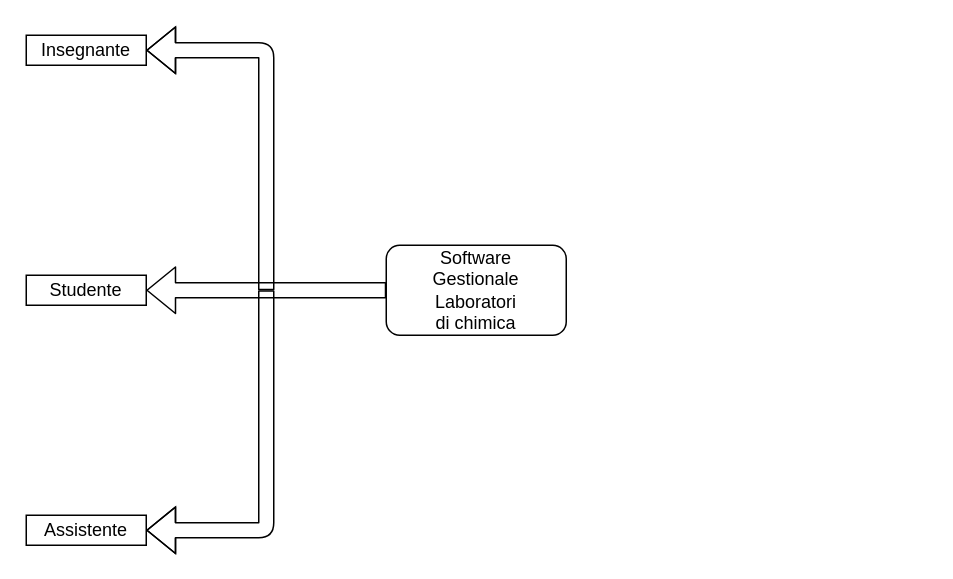
Before: SplitTree.drawio in MilaniFrancesco7/Scuola, a draw.io diagram. Source tidied: cells renumbered, new cells numbered last; positions are measured from the earlier drawing's top-left corner, leaving out a move shared by most shapes. Both pictures are drawn from the tidied source at 150%, with x=0, y=0 at pixel (26, 34).
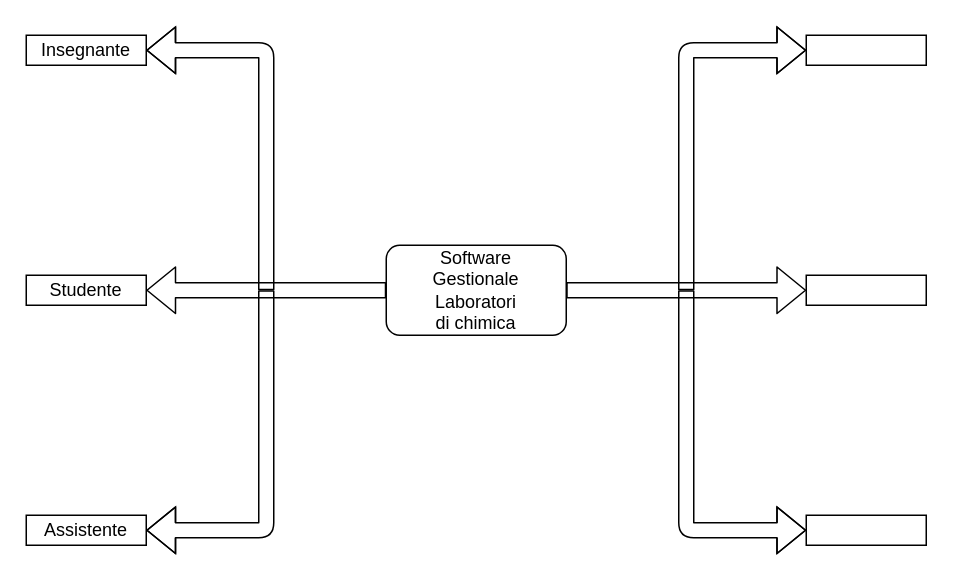
The same diagram, later.

Change to the diagram source:
```diff
@@
+    <mxCell id="13" style="shape=flexArrow;endArrow=classic;html=1;strokeWidth=1;exitX=0;exitY=0.5;exitDx=0;exitDy=0;" parent="1" edge="1">
+      <mxGeometry relative="1" as="geometry">
+        <mxPoint x="360" y="170" as="sourcePoint" />
+        <mxPoint x="520" y="170" as="targetPoint" />
+      </mxGeometry>
+    </mxCell>
+    <mxCell id="14" style="shape=flexArrow;endArrow=classic;html=1;strokeWidth=1;" parent="1" edge="1">
+      <mxGeometry relative="1" as="geometry">
+        <mxPoint x="440" y="170" as="sourcePoint" />
+        <mxPoint x="520" y="10" as="targetPoint" />
+        <Array as="points">
+          <mxPoint x="440" y="10" />
+        </Array>
+      </mxGeometry>
+    </mxCell>
+    <mxCell id="15" style="shape=flexArrow;endArrow=classic;html=1;strokeWidth=1;" parent="1" edge="1">
+      <mxGeometry relative="1" as="geometry">
+        <mxPoint x="440" y="170" as="sourcePoint" />
+        <mxPoint x="520" y="330" as="targetPoint" />
+        <Array as="points">
+          <mxPoint x="440" y="330" />
+        </Array>
+      </mxGeometry>
+    </mxCell>
+    <mxCell id="16" style="rounded=0;whiteSpace=wrap;html=1;" parent="1" vertex="1">
+      <mxGeometry x="520" width="80" height="20" as="geometry" />
+    </mxCell>
+    <mxCell id="17" style="rounded=0;whiteSpace=wrap;html=1;" parent="1" vertex="1">
+      <mxGeometry x="520" y="160" width="80" height="20" as="geometry" />
+    </mxCell>
+    <mxCell id="18" style="rounded=0;whiteSpace=wrap;html=1;" parent="1" vertex="1">
+      <mxGeometry x="520" y="320" width="80" height="20" as="geometry" />
+    </mxCell>
```
